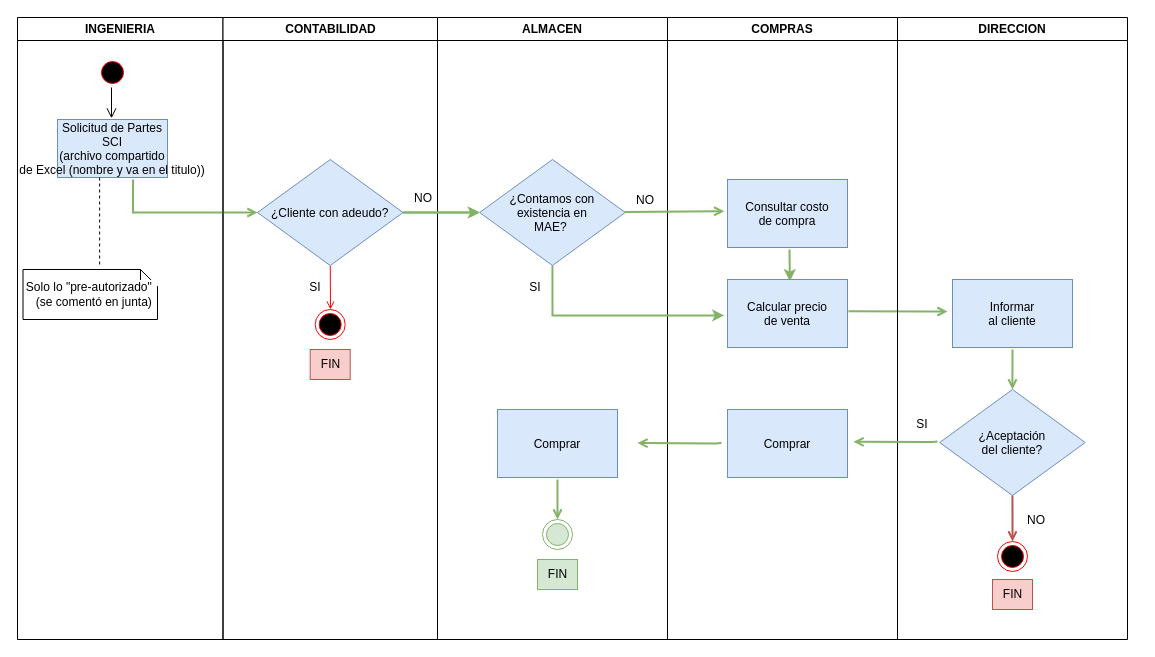
This is Flujos/D-Actividades-SCI-Servicios-Ingenieria.drawio from RaulGutierrezCarmona/Diagrams, a draw.io file, before an edit. Source tidied: cells renumbered, new cells numbered last; positions are measured from the earlier drawing's top-left corner, leaving out a move shared by most shapes. Both pictures are drawn from the tidied source at 100%, with x=0, y=0 at pixel (17, 17).
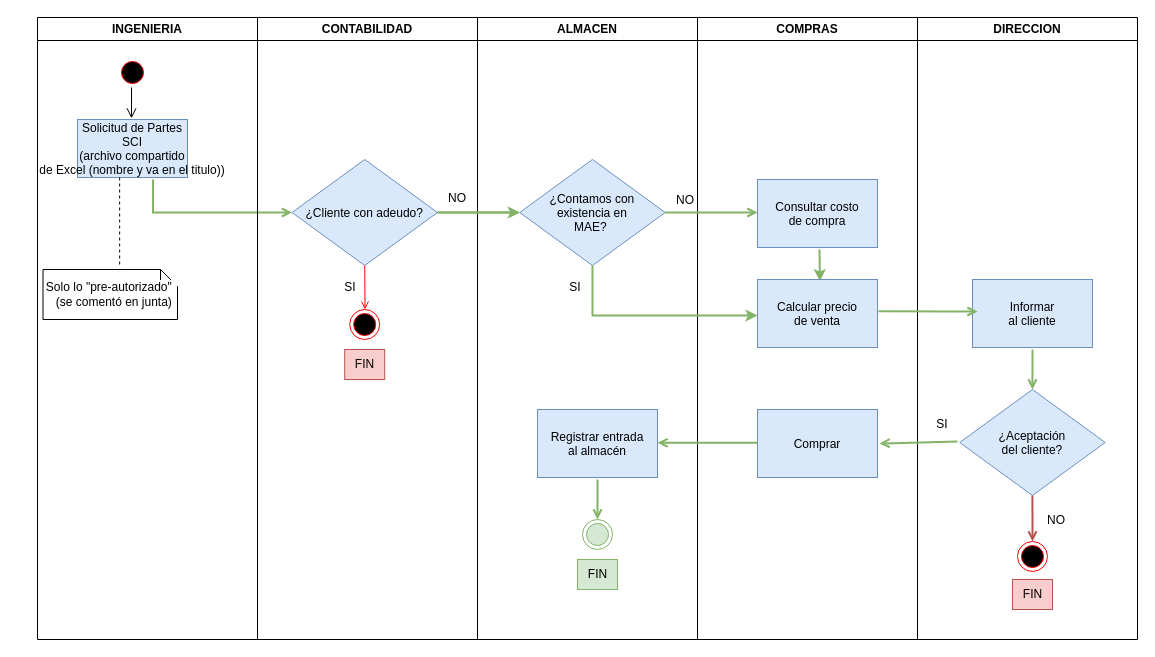
Above is the later version.

Commit message:
titulo-Actualizar D-Actividades-SCI-Servicios-Ingenieria.drawio

Unchanged cells that the change refers to:
```xml
<mxCell id="18" value="¿Contamos con &#10;existencia en&#10;MAE? " style="rhombus;fillColor=#dae8fc;strokeColor=#6c8ebf;" parent="17" vertex="1">
  <mxGeometry x="42.2" y="142" width="145.5" height="106" as="geometry" />
</mxCell>
<mxCell id="27" value="Consultar costo &#10;de compra" style="fillColor=#dae8fc;strokeColor=#6c8ebf;" parent="25" vertex="1">
  <mxGeometry x="60" y="162" width="120" height="68" as="geometry" />
</mxCell>
<mxCell id="28" value="Comprar" style="fillColor=#dae8fc;strokeColor=#6c8ebf;" parent="25" vertex="1">
  <mxGeometry x="60" y="392" width="120" height="68" as="geometry" />
</mxCell>
<mxCell id="30" value="Calcular precio &#10;de venta" style="fillColor=#dae8fc;strokeColor=#6c8ebf;" parent="25" vertex="1">
  <mxGeometry x="60" y="262" width="120" height="68" as="geometry" />
</mxCell>
<mxCell id="34" value="Informar &#10;al cliente" style="fillColor=#dae8fc;strokeColor=#6c8ebf;" parent="32" vertex="1">
  <mxGeometry x="55" y="262" width="120" height="68" as="geometry" />
</mxCell>
```

Diff of the diagram source:
```diff
@@
     <mxCell id="2" value="INGENIERIA" style="swimlane;whiteSpace=wrap;" parent="1" vertex="1">
-      <mxGeometry width="205.5" height="622" as="geometry" />
+      <mxGeometry x="20" width="220" height="622" as="geometry" />
     </mxCell>
@@
     <mxCell id="9" value="CONTABILIDAD" style="swimlane;whiteSpace=wrap;" parent="1" vertex="1">
-      <mxGeometry x="205.5" width="214.5" height="622" as="geometry" />
+      <mxGeometry x="240" width="220" height="622" as="geometry" />
     </mxCell>
@@
     <mxCell id="17" value="ALMACEN" style="swimlane;whiteSpace=wrap;" parent="1" vertex="1">
-      <mxGeometry x="420" width="230" height="622" as="geometry" />
+      <mxGeometry x="460" width="220" height="622" as="geometry" />
     </mxCell>
@@
-    <mxCell id="21" value="Comprar" style="fillColor=#dae8fc;strokeColor=#6c8ebf;" parent="17" vertex="1">
+    <mxCell id="21" value="Registrar entrada&#10;al almacén" style="fillColor=#dae8fc;strokeColor=#6c8ebf;" parent="17" vertex="1">
       <mxGeometry x="60" y="392" width="120" height="68" as="geometry" />
     </mxCell>
@@
     <mxCell id="25" value="COMPRAS" style="swimlane;whiteSpace=wrap;" parent="1" vertex="1">
-      <mxGeometry x="650" width="230" height="622" as="geometry" />
+      <mxGeometry x="680" width="220" height="622" as="geometry" />
     </mxCell>
-    <mxCell id="26" style="endArrow=open;strokeColor=#82b366;endFill=1;rounded=0;exitX=1.008;exitY=0.466;exitDx=0;exitDy=0;exitPerimeter=0;fillColor=#d5e8d4;strokeWidth=2;" parent="25" edge="1" source="30">
-      <mxGeometry x="1" y="-30" relative="1" as="geometry">
-        <mxPoint x="280" y="294" as="targetPoint" />
-        <Array as="points">
-          <mxPoint x="260" y="294" />
-        </Array>
-        <mxPoint x="30" y="30" as="offset" />
-      </mxGeometry>
-    </mxCell>
@@
-    <mxCell id="31" style="endArrow=open;strokeColor=#82b366;endFill=1;rounded=0;fillColor=#d5e8d4;strokeWidth=2;" parent="25" edge="1">
-      <mxGeometry x="1" y="-30" relative="1" as="geometry">
-        <mxPoint x="54" y="425.3" as="sourcePoint" />
-        <mxPoint x="-30" y="425.6" as="targetPoint" />
-        <Array as="points">
-          <mxPoint x="49" y="425.9" />
-        </Array>
-        <mxPoint x="30" y="30" as="offset" />
-      </mxGeometry>
-    </mxCell>
     <mxCell id="32" value="DIRECCION" style="swimlane;whiteSpace=wrap;" parent="1" vertex="1">
-      <mxGeometry x="880" width="230" height="622" as="geometry" />
+      <mxGeometry x="900" width="220" height="622" as="geometry" />
     </mxCell>
@@
-    <mxCell id="35" style="endArrow=open;strokeColor=#82b366;endFill=1;rounded=0;fillColor=#d5e8d4;strokeWidth=2;" parent="32" edge="1">
+    <mxCell id="35" style="endArrow=open;strokeColor=#82b366;endFill=1;rounded=0;fillColor=#d5e8d4;strokeWidth=2;entryX=1.017;entryY=0.5;entryDx=0;entryDy=0;entryPerimeter=0;" parent="32" edge="1" target="28">
       <mxGeometry x="1" y="-30" relative="1" as="geometry">
         <mxPoint x="40" y="424" as="sourcePoint" />
-        <mxPoint x="-44" y="424.3" as="targetPoint" />
-        <Array as="points">
-          <mxPoint x="35" y="424.6" />
-        </Array>
         <mxPoint x="30" y="30" as="offset" />
       </mxGeometry>
     </mxCell>
@@
-    <mxCell id="43" style="endArrow=open;strokeColor=#82b366;endFill=1;rounded=0;fillColor=#d5e8d4;strokeWidth=2;entryX=-0.027;entryY=0.466;entryDx=0;entryDy=0;entryPerimeter=0;" parent="1" edge="1" source="18" target="27">
+    <mxCell id="43" style="endArrow=open;strokeColor=#82b366;endFill=1;rounded=0;fillColor=#d5e8d4;strokeWidth=2;" parent="1" edge="1" source="18">
       <mxGeometry x="1" y="-30" relative="1" as="geometry">
+        <mxPoint x="740" y="195" as="targetPoint" />
         <mxPoint x="30" y="30" as="offset" />
       </mxGeometry>
     </mxCell>
-    <mxCell id="44" style="edgeStyle=none;jettySize=auto;html=1;rounded=0;strokeWidth=2;fillColor=#d5e8d4;strokeColor=#82b366;entryX=-0.027;entryY=0.529;entryDx=0;entryDy=0;exitX=0.5;exitY=1;exitDx=0;exitDy=0;entryPerimeter=0;" parent="1" edge="1" source="18" target="30">
+    <mxCell id="44" style="edgeStyle=none;jettySize=auto;html=1;rounded=0;strokeWidth=2;fillColor=#d5e8d4;strokeColor=#82b366;exitX=0.5;exitY=1;exitDx=0;exitDy=0;" parent="1" edge="1" source="18">
       <mxGeometry relative="1" as="geometry">
+        <mxPoint x="740" y="298" as="targetPoint" />
         <Array as="points">
-          <mxPoint x="535" y="298" />
+          <mxPoint x="575" y="298" />
         </Array>
       </mxGeometry>
     </mxCell>
     <mxCell id="45" style="endArrow=open;strokeColor=#82b366;endFill=1;rounded=0;fillColor=#d5e8d4;strokeWidth=2;" parent="1" edge="1">
       <mxGeometry x="1" y="-30" relative="1" as="geometry">
-        <mxPoint x="540" y="462" as="sourcePoint" />
-        <mxPoint x="540" y="502" as="targetPoint" />
+        <mxPoint x="580" y="462" as="sourcePoint" />
+        <mxPoint x="580" y="502" as="targetPoint" />
         <mxPoint x="30" y="30" as="offset" />
       </mxGeometry>
     </mxCell>
+    <mxCell id="31" style="endArrow=open;strokeColor=#82b366;endFill=1;rounded=0;fillColor=#d5e8d4;strokeWidth=2;entryX=1;entryY=0.49;entryDx=0;entryDy=0;entryPerimeter=0;exitX=0;exitY=0.49;exitDx=0;exitDy=0;exitPerimeter=0;" parent="1" edge="1" source="28" target="21">
+      <mxGeometry x="1" y="-30" relative="1" as="geometry">
+        <mxPoint x="30" y="30" as="offset" />
+      </mxGeometry>
+    </mxCell>
+    <mxCell id="26" style="endArrow=open;strokeColor=#82b366;endFill=1;rounded=0;exitX=1.008;exitY=0.466;exitDx=0;exitDy=0;exitPerimeter=0;fillColor=#d5e8d4;strokeWidth=2;entryX=0.042;entryY=0.471;entryDx=0;entryDy=0;entryPerimeter=0;" parent="1" edge="1" source="30" target="34">
+      <mxGeometry x="1" y="-30" relative="1" as="geometry">
+        <Array as="points">
+          <mxPoint x="940" y="294" />
+        </Array>
+        <mxPoint x="30" y="30" as="offset" />
+      </mxGeometry>
+    </mxCell>
```
